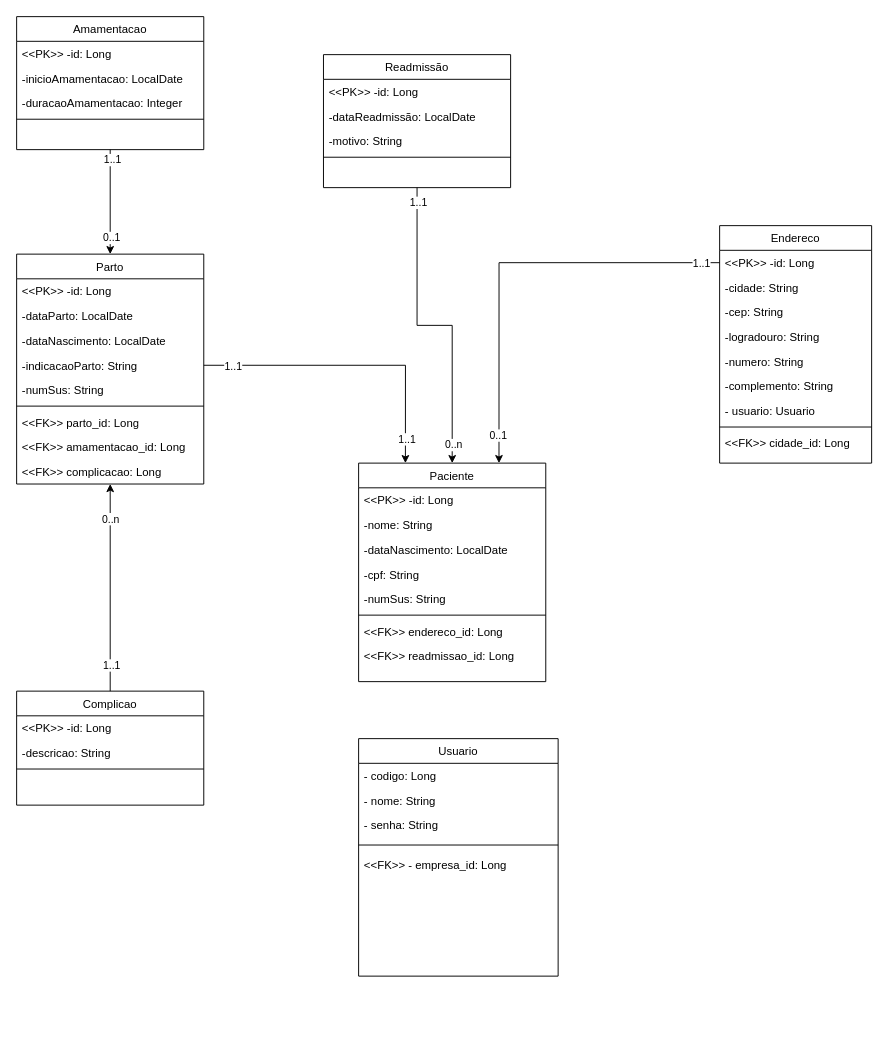
Earlier version of the draw.io diagram neonatal - diagrama de classe.drawio (Emerson66/back_hminsn). Source tidied: cells renumbered, new cells numbered last; positions are measured from the earlier drawing's top-left corner, leaving out a move shared by most shapes. Both pictures are drawn from the tidied source at 95%, with x=0, y=0 at pixel (16, 16).
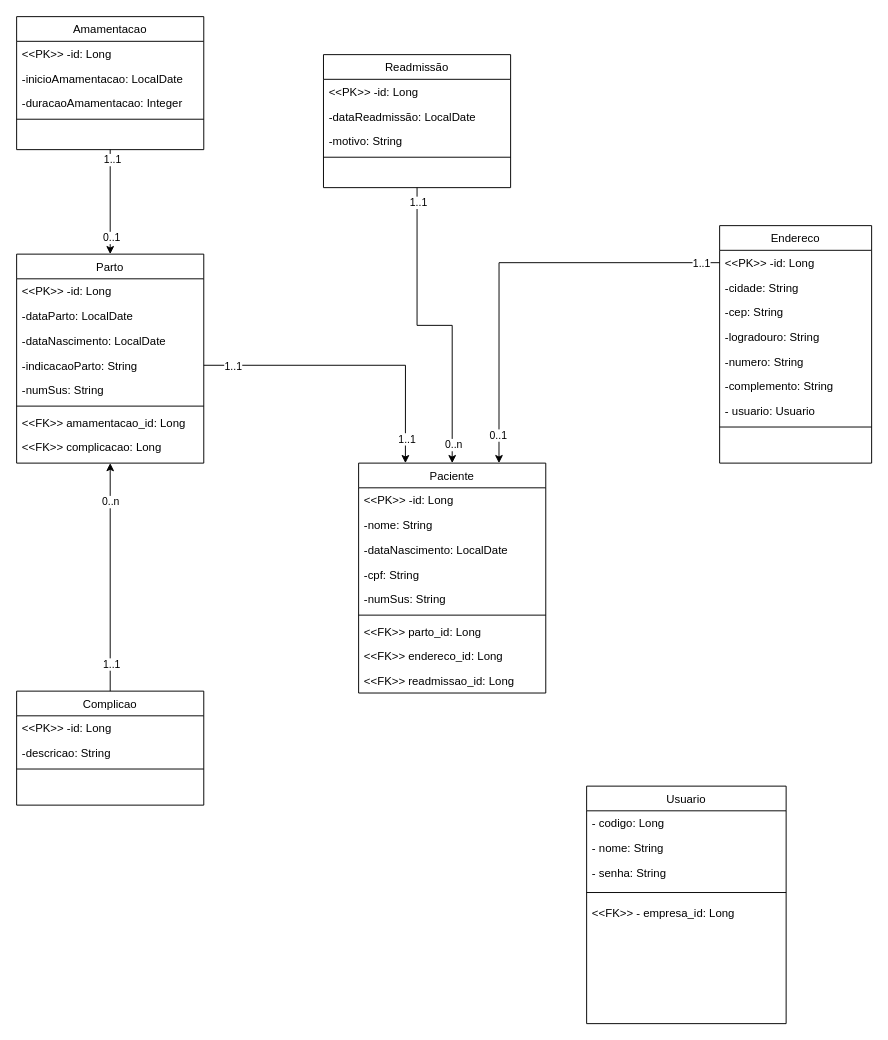
The same diagram, later.

Unchanged cells that the change refers to:
```xml
<mxCell id="17" value="Endereco" style="swimlane;fontStyle=0;align=center;verticalAlign=top;horizontal=1;startSize=26;rounded=0;shadow=0;strokeWidth=1;" parent="1" vertex="1">
  <mxGeometry x="740" y="220" width="160" height="250" as="geometry" />
</mxCell>
```

Change to the diagram source:
```diff
@@
     <mxCell id="2" value="Usuario" style="swimlane;fontStyle=0;align=center;verticalAlign=top;horizontal=1;startSize=26;rounded=0;shadow=0;strokeWidth=1;" parent="1" vertex="1">
-      <mxGeometry x="360" y="760" width="210" height="250" as="geometry" />
+      <mxGeometry x="600" y="810" width="210" height="250" as="geometry" />
     </mxCell>
@@
     <mxCell id="8" value="Paciente" style="swimlane;fontStyle=0;align=center;verticalAlign=top;horizontal=1;startSize=26;rounded=0;shadow=0;strokeWidth=1;" parent="1" vertex="1">
-      <mxGeometry x="360" y="470" width="197" height="230" as="geometry" />
+      <mxGeometry x="360" y="470" width="197" height="242" as="geometry" />
     </mxCell>
@@
+    <mxCell id="37" value="&amp;lt;&amp;lt;FK&amp;gt;&amp;gt; parto_id: Long" style="text;strokeColor=none;fillColor=none;align=left;verticalAlign=top;spacingLeft=4;spacingRight=4;overflow=hidden;whiteSpace=wrap;html=1;" parent="8" vertex="1">
+      <mxGeometry y="164" width="197" height="26" as="geometry" />
+    </mxCell>
     <mxCell id="15" value="&amp;lt;&amp;lt;FK&amp;gt;&amp;gt; endereco_id: Long" style="text;strokeColor=none;fillColor=none;align=left;verticalAlign=top;spacingLeft=4;spacingRight=4;overflow=hidden;whiteSpace=wrap;html=1;" parent="8" vertex="1">
-      <mxGeometry y="164" width="197" height="26" as="geometry" />
+      <mxGeometry y="190" width="197" height="26" as="geometry" />
     </mxCell>
     <mxCell id="16" value="&amp;lt;&amp;lt;FK&amp;gt;&amp;gt; readmissao_id&lt;span style=&quot;background-color: initial;&quot;&gt;: Long&lt;/span&gt;" style="text;strokeColor=none;fillColor=none;align=left;verticalAlign=top;spacingLeft=4;spacingRight=4;overflow=hidden;whiteSpace=wrap;html=1;" parent="8" vertex="1">
-      <mxGeometry y="190" width="197" height="26" as="geometry" />
+      <mxGeometry y="216" width="197" height="26" as="geometry" />
     </mxCell>
@@
-    <mxCell id="26" value="&amp;lt;&amp;lt;FK&amp;gt;&amp;gt; cidade_id: Long" style="text;strokeColor=none;fillColor=none;align=left;verticalAlign=top;spacingLeft=4;spacingRight=4;overflow=hidden;whiteSpace=wrap;html=1;" parent="17" vertex="1">
-      <mxGeometry y="216" width="160" height="26" as="geometry" />
-    </mxCell>
@@
     <mxCell id="30" value="Parto" style="swimlane;fontStyle=0;align=center;verticalAlign=top;horizontal=1;startSize=26;rounded=0;shadow=0;strokeWidth=1;" parent="1" vertex="1">
-      <mxGeometry y="250" width="197" height="242" as="geometry" />
+      <mxGeometry y="250" width="197" height="220" as="geometry" />
     </mxCell>
@@
-    <mxCell id="37" value="&amp;lt;&amp;lt;FK&amp;gt;&amp;gt; parto_id: Long" style="text;strokeColor=none;fillColor=none;align=left;verticalAlign=top;spacingLeft=4;spacingRight=4;overflow=hidden;whiteSpace=wrap;html=1;" parent="30" vertex="1">
-      <mxGeometry y="164" width="197" height="26" as="geometry" />
-    </mxCell>
     <mxCell id="38" value="&amp;lt;&amp;lt;FK&amp;gt;&amp;gt; amamentacao_id&lt;span style=&quot;background-color: initial;&quot;&gt;: Long&lt;/span&gt;" style="text;strokeColor=none;fillColor=none;align=left;verticalAlign=top;spacingLeft=4;spacingRight=4;overflow=hidden;whiteSpace=wrap;html=1;" parent="30" vertex="1">
-      <mxGeometry y="190" width="197" height="26" as="geometry" />
+      <mxGeometry y="164" width="197" height="26" as="geometry" />
     </mxCell>
     <mxCell id="39" value="&amp;lt;&amp;lt;FK&amp;gt;&amp;gt; complicacao&lt;span style=&quot;background-color: initial;&quot;&gt;: Long&lt;/span&gt;" style="text;strokeColor=none;fillColor=none;align=left;verticalAlign=top;spacingLeft=4;spacingRight=4;overflow=hidden;whiteSpace=wrap;html=1;" parent="30" vertex="1">
-      <mxGeometry y="216" width="197" height="26" as="geometry" />
+      <mxGeometry y="190" width="197" height="26" as="geometry" />
     </mxCell>
```
